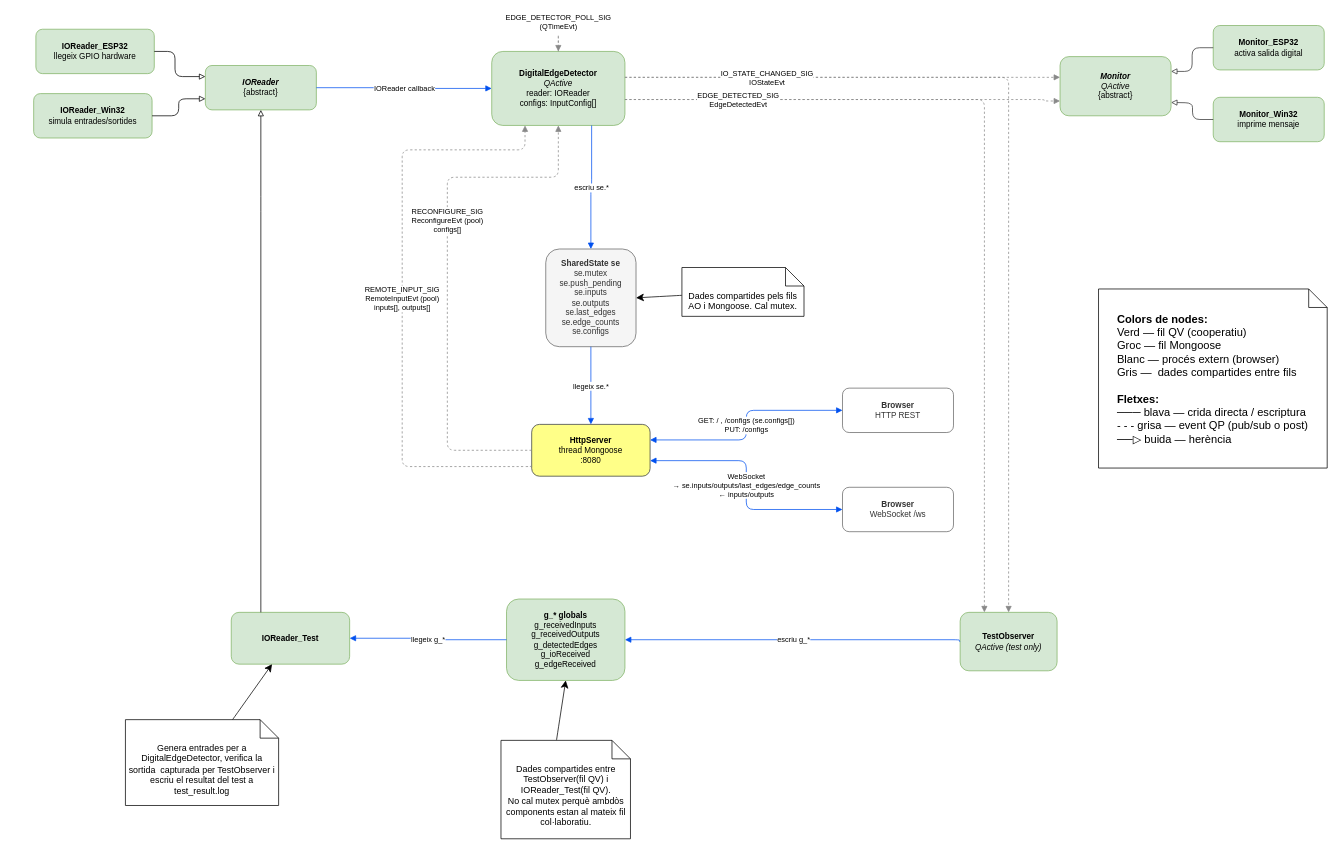
This is docs/sistema.drawio from peperono/digital_inputs_detector, a draw.io file, before an edit. Source tidied: cells renumbered, new cells numbered last; positions are measured from the earlier drawing's top-left corner, leaving out a move shared by most shapes. Both pictures are drawn from the tidied source at 74%, with x=0, y=0 at pixel (33, 21).
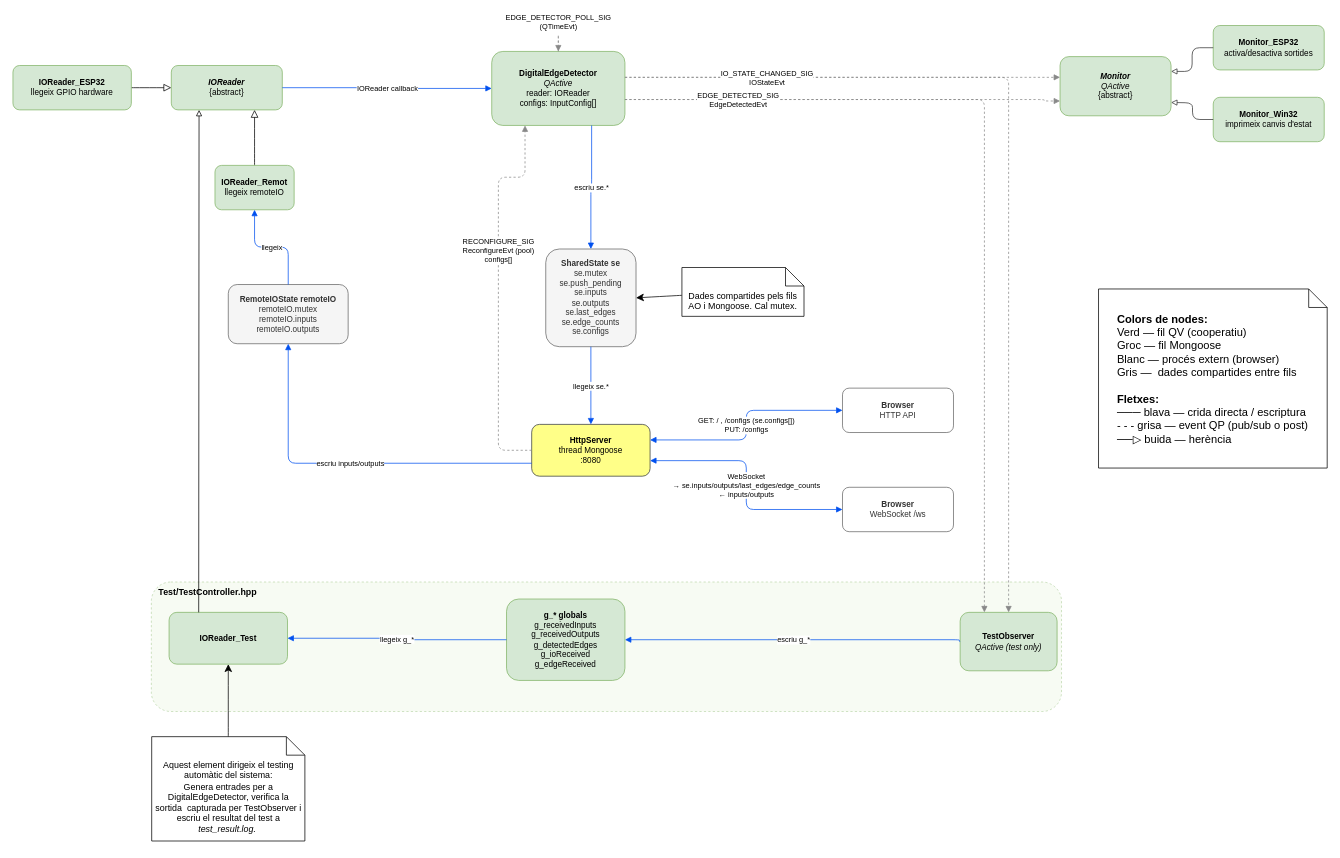
Above is the later version.

Commit message (it also covers changes not shown here):
Refactoritzar IOReader remot i renomenar TestIOReader a TestController

Unchanged cells that the change refers to:
```xml
<mxCell id="9" value="&lt;b&gt;DigitalEdgeDetector&lt;/b&gt;&lt;div&gt;&lt;i&gt;QActive&lt;/i&gt;&lt;/div&gt;&lt;div&gt;reader: IOReader&lt;/div&gt;&lt;div&gt;configs: InputConfig[]&lt;/div&gt;" style="rounded=1;whiteSpace=wrap;html=1;fillColor=#d5e8d4;strokeColor=#82b366;fontSize=11;" parent="1" vertex="1">
  <mxGeometry x="619" y="40" width="180" height="100" as="geometry" />
</mxCell>
<mxCell id="20" value="&lt;b&gt;HttpServer&lt;/b&gt;&lt;div&gt;thread Mongoose&lt;/div&gt;&lt;div&gt;:8080&lt;/div&gt;" style="rounded=1;whiteSpace=wrap;html=1;fillColor=#ffff88;strokeColor=#36393d;fontSize=11;" parent="1" vertex="1">
  <mxGeometry x="673" y="544" width="160" height="70" as="geometry" />
</mxCell>
<mxCell id="32" value="&lt;b&gt;g_* globals&lt;/b&gt;&lt;div&gt;g_receivedInputs&lt;/div&gt;&lt;div&gt;g_receivedOutputs&lt;/div&gt;&lt;div&gt;g_detectedEdges&lt;/div&gt;&lt;div&gt;g_ioReceived&lt;/div&gt;&lt;div&gt;g_edgeReceived&lt;/div&gt;" style="rounded=1;whiteSpace=wrap;html=1;fillColor=#d5e8d4;strokeColor=#82b366;fontSize=11;" parent="1" vertex="1">
  <mxGeometry x="639" y="780" width="160" height="110" as="geometry" />
</mxCell>
```

What changed in the source:
```diff
@@
     <mxCell id="2" value="&lt;b&gt;&lt;i&gt;IOReader&lt;/i&gt;&lt;/b&gt;&lt;div&gt;{abstract}&lt;/div&gt;" style="rounded=1;whiteSpace=wrap;html=1;fillColor=#d5e8d4;strokeColor=#82b366;fontSize=11;" parent="1" vertex="1">
-      <mxGeometry x="232" y="59" width="150" height="60" as="geometry" />
+      <mxGeometry x="186" y="59" width="150" height="60" as="geometry" />
     </mxCell>
+    <mxCell id="7" style="edgeStyle=none;curved=1;rounded=0;jettySize=auto;html=1;exitX=1;exitY=0.5;exitDx=0;exitDy=0;fontSize=12;startSize=8;endSize=8;endArrow=block;endFill=0;" parent="1" edge="1" source="3" target="2">
+      <mxGeometry relative="1" as="geometry" />
+    </mxCell>
     <mxCell id="3" value="&lt;b&gt;IOReader_ESP32&lt;/b&gt;&lt;div&gt;llegeix GPIO hardware&lt;/div&gt;" style="rounded=1;whiteSpace=wrap;html=1;fillColor=#d5e8d4;strokeColor=#82b366;fontSize=11;" parent="1" vertex="1">
-      <mxGeometry x="3" y="10" width="160" height="60" as="geometry" />
+      <mxGeometry x="-28" y="59" width="160" height="60" as="geometry" />
     </mxCell>
-    <mxCell id="4" value="&lt;b&gt;IOReader_Win32&lt;/b&gt;&lt;div&gt;simula entrades/sortides&lt;/div&gt;" style="rounded=1;whiteSpace=wrap;html=1;fillColor=#d5e8d4;strokeColor=#82b366;fontSize=11;" parent="1" vertex="1">
-      <mxGeometry y="97" width="160" height="60" as="geometry" />
-    </mxCell>
+    <mxCell id="42" value="Test/TestController.hpp" style="rounded=1;whiteSpace=wrap;html=1;fillColor=#f0f8e8;strokeColor=#82b366;strokeDasharray=6 4;dashed=1;fontSize=12;fontStyle=1;verticalAlign=top;align=left;spacingLeft=8;opacity=50;" parent="1" vertex="1">
+      <mxGeometry x="159" y="757" width="1230" height="175" as="geometry" />
+    </mxCell>
     <mxCell id="5" value="&lt;b&gt;IOReader_Test&lt;/b&gt;" style="rounded=1;whiteSpace=wrap;html=1;fillColor=#d5e8d4;strokeColor=#82b366;fontSize=11;" parent="1" vertex="1">
-      <mxGeometry x="267" y="798" width="160" height="70" as="geometry" />
+      <mxGeometry x="183" y="798" width="160" height="70" as="geometry" />
     </mxCell>
-    <mxCell id="6" style="edgeStyle=orthogonalEdgeStyle;html=1;fontSize=10;strokeColor=#000000;endArrow=block;endFill=0;exitX=0.25;exitY=0;exitDx=0;exitDy=0;entryX=0.5;entryY=1;entryDx=0;entryDy=0;" parent="1" edge="1" source="5" target="2">
+    <mxCell id="6" style="edgeStyle=orthogonalEdgeStyle;html=1;fontSize=10;strokeColor=#000000;endArrow=block;endFill=0;exitX=0.25;exitY=0;exitDx=0;exitDy=0;entryX=0.25;entryY=1;entryDx=0;entryDy=0;" parent="1" edge="1" source="5" target="2">
       <mxGeometry relative="1" as="geometry">
         <Array as="points">
-          <mxPoint x="307" y="246" />
-          <mxPoint x="307" y="246" />
+          <mxPoint x="224" y="798" />
         </Array>
       </mxGeometry>
     </mxCell>
-    <mxCell id="7" style="edgeStyle=orthogonalEdgeStyle;html=1;fontSize=10;strokeColor=#000000;endArrow=block;endFill=0;exitX=1;exitY=0.5;exitDx=0;exitDy=0;entryX=0;entryY=0.25;entryDx=0;entryDy=0;" parent="1" edge="1" source="3" target="2">
-      <mxGeometry relative="1" as="geometry">
-        <Array as="points">
-          <mxPoint x="191" y="40" />
-          <mxPoint x="191" y="74" />
-        </Array>
-      </mxGeometry>
-    </mxCell>
-    <mxCell id="8" style="edgeStyle=orthogonalEdgeStyle;html=1;fontSize=10;strokeColor=#000000;endArrow=block;endFill=0;entryX=0;entryY=0.75;entryDx=0;entryDy=0;" parent="1" edge="1" source="4" target="2">
-      <mxGeometry relative="1" as="geometry" />
-    </mxCell>
@@
-    <mxCell id="11" value="&lt;b&gt;Monitor_Win32&lt;/b&gt;&lt;div&gt;imprime mensaje&lt;/div&gt;" style="rounded=1;whiteSpace=wrap;html=1;fillColor=#d5e8d4;strokeColor=#82b366;fontSize=11;" parent="1" vertex="1">
+    <mxCell id="11" value="&lt;b&gt;Monitor_Win32&lt;/b&gt;&lt;div&gt;imprimeix canvis d'estat&lt;/div&gt;" style="rounded=1;whiteSpace=wrap;html=1;fillColor=#d5e8d4;strokeColor=#82b366;fontSize=11;" parent="1" vertex="1">
       <mxGeometry x="1594" y="102" width="150" height="60" as="geometry" />
     </mxCell>
-    <mxCell id="12" value="&lt;b&gt;Monitor_ESP32&lt;/b&gt;&lt;div&gt;activa salida digital&lt;/div&gt;" style="rounded=1;whiteSpace=wrap;html=1;fillColor=#d5e8d4;strokeColor=#82b366;fontSize=11;" parent="1" vertex="1">
+    <mxCell id="12" value="&lt;b&gt;Monitor_ESP32&lt;/b&gt;&lt;div&gt;activa/desactiva sortides&lt;/div&gt;" style="rounded=1;whiteSpace=wrap;html=1;fillColor=#d5e8d4;strokeColor=#82b366;fontSize=11;" parent="1" vertex="1">
       <mxGeometry x="1594" y="5" width="150" height="60" as="geometry" />
     </mxCell>
@@
-    <mxCell id="22" value="&lt;b&gt;Browser&lt;/b&gt;&lt;div&gt;HTTP REST&lt;/div&gt;" style="rounded=1;whiteSpace=wrap;html=1;fillColor=#ffffff;strokeColor=#666666;fontColor=#333333;fontSize=11;" parent="1" vertex="1">
+    <mxCell id="22" value="&lt;b&gt;Browser&lt;/b&gt;&lt;div&gt;HTTP API&lt;/div&gt;" style="rounded=1;whiteSpace=wrap;html=1;fillColor=#ffffff;strokeColor=#666666;fontColor=#333333;fontSize=11;" parent="1" vertex="1">
       <mxGeometry x="1093" y="495" width="150" height="60" as="geometry" />
     </mxCell>
@@
-    <mxCell id="26" value="RECONFIGURE_SIG&lt;div&gt;ReconfigureEvt (pool)&lt;/div&gt;&lt;div&gt;configs[]&lt;/div&gt;" style="edgeStyle=orthogonalEdgeStyle;html=1;fontSize=10;strokeColor=#888888;endArrow=block;endFill=1;dashed=1;exitX=0;exitY=0.5;exitDx=0;exitDy=0;entryX=0.5;entryY=1;entryDx=0;entryDy=0;" parent="1" edge="1" source="20" target="9">
+    <mxCell id="26" value="RECONFIGURE_SIG&lt;div&gt;ReconfigureEvt (pool)&lt;/div&gt;&lt;div&gt;configs[]&lt;/div&gt;" style="edgeStyle=orthogonalEdgeStyle;html=1;fontSize=10;strokeColor=#888888;endArrow=block;endFill=1;dashed=1;exitX=0;exitY=0.5;exitDx=0;exitDy=0;entryX=0.25;entryY=1;entryDx=0;entryDy=0;" parent="1" edge="1" source="20" target="9">
       <mxGeometry x="0.21" relative="1" as="geometry">
         <Array as="points">
-          <mxPoint x="559" y="579" />
-          <mxPoint x="559" y="210" />
-          <mxPoint x="709" y="210" />
+          <mxPoint x="628" y="579" />
+          <mxPoint x="628" y="210" />
+          <mxPoint x="664" y="210" />
         </Array>
       </mxGeometry>
     </mxCell>
@@
-    <mxCell id="28" value="REMOTE_INPUT_SIG&lt;div&gt;RemoteInputEvt (pool)&lt;/div&gt;&lt;div&gt;inputs[], outputs[]&lt;/div&gt;" style="edgeStyle=orthogonalEdgeStyle;html=1;fontSize=10;strokeColor=#888888;endArrow=block;endFill=1;dashed=1;exitX=0;exitY=0.8;exitDx=0;exitDy=0;entryX=0.25;entryY=1;entryDx=0;entryDy=0;" parent="1" edge="1" source="20" target="9">
-      <mxGeometry relative="1" as="geometry">
-        <Array as="points">
-          <mxPoint x="673" y="601" />
-          <mxPoint x="498" y="601" />
-          <mxPoint x="498" y="173" />
-          <mxPoint x="664" y="173" />
-        </Array>
-        <mxPoint y="-1" as="offset" />
-      </mxGeometry>
-    </mxCell>
+    <mxCell id="43" value="&lt;b&gt;RemoteIOState remoteIO&lt;/b&gt;&lt;div&gt;remoteIO.mutex&lt;/div&gt;&lt;div&gt;remoteIO.inputs&lt;/div&gt;&lt;div&gt;remoteIO.outputs&lt;/div&gt;" style="rounded=1;whiteSpace=wrap;html=1;fillColor=#f5f5f5;strokeColor=#666666;fontSize=11;fontColor=#333333;" parent="1" vertex="1">
+      <mxGeometry x="263" y="355" width="162" height="80" as="geometry" />
+    </mxCell>
+    <mxCell id="44" style="edgeStyle=orthogonalEdgeStyle;rounded=0;jettySize=auto;html=1;exitX=0.5;exitY=0;exitDx=0;exitDy=0;entryX=0.75;entryY=1;entryDx=0;entryDy=0;fontSize=12;startSize=8;endSize=8;curved=1;endArrow=block;endFill=0;" parent="1" edge="1" source="45" target="2">
+      <mxGeometry relative="1" as="geometry" />
+    </mxCell>
+    <mxCell id="45" value="&lt;b&gt;IOReader_Remot&lt;/b&gt;&lt;div&gt;llegeix remoteIO&lt;/div&gt;" style="rounded=1;whiteSpace=wrap;html=1;fillColor=#d5e8d4;strokeColor=#82b366;fontSize=11;" parent="1" vertex="1">
+      <mxGeometry x="245" y="194" width="107" height="60" as="geometry" />
+    </mxCell>
+    <mxCell id="46" value="escriu inputs/outputs" style="edgeStyle=orthogonalEdgeStyle;html=1;fontSize=10;strokeColor=#0050ef;endArrow=block;endFill=1;exitX=0;exitY=0.75;exitDx=0;exitDy=0;entryX=0.5;entryY=1;entryDx=0;entryDy=0;" parent="1" edge="1" source="20" target="43">
+      <mxGeometry relative="1" as="geometry" />
+    </mxCell>
+    <mxCell id="47" value="llegeix" style="edgeStyle=orthogonalEdgeStyle;html=1;fontSize=10;strokeColor=#0050ef;endArrow=block;endFill=1;exitX=0.5;exitY=0;exitDx=0;exitDy=0;entryX=0.5;entryY=1;entryDx=0;entryDy=0;" parent="1" edge="1" source="43" target="45">
+      <mxGeometry relative="1" as="geometry" />
+    </mxCell>
@@
-    <mxCell id="38" value="Genera entrades per a DigitalEdgeDetector, verifica la sortida&amp;nbsp; capturada per TestObserver i escriu el resultat del test a test_result.log" style="shape=note2;boundedLbl=1;whiteSpace=wrap;html=1;size=25;verticalAlign=top;align=center;" parent="1" vertex="1">
-      <mxGeometry x="124" y="943" width="207" height="116" as="geometry" />
+    <mxCell id="38" value="&lt;div&gt;Aquest element dirigeix el testing automàtic del sistema:&lt;/div&gt;Genera entrades per a DigitalEdgeDetector, verifica la sortida&amp;nbsp; capturada per TestObserver i escriu el resultat del test a &lt;i&gt;test_result.log.&amp;nbsp;&lt;/i&gt;&lt;div&gt;&lt;br&gt;&lt;/div&gt;" style="shape=note2;boundedLbl=1;whiteSpace=wrap;html=1;size=25;verticalAlign=top;align=center;" parent="1" vertex="1">
+      <mxGeometry x="159.5" y="966" width="207" height="141" as="geometry" />
     </mxCell>
-    <mxCell id="39" style="edgeStyle=none;curved=1;rounded=0;jettySize=auto;html=1;exitX=0;exitY=0;exitDx=75;exitDy=0;exitPerimeter=0;entryX=0.5;entryY=1;entryDx=0;entryDy=0;fontSize=12;startSize=8;endSize=8;" parent="1" edge="1" source="40" target="32">
-      <mxGeometry relative="1" as="geometry" />
-    </mxCell>
-    <mxCell id="40" value="Dades compartides entre TestObserver(fil QV) i IOReader_Test(fil QV).&lt;div&gt;No cal mutex perquè ambdòs components estan al mateix fil col·laboratiu.&lt;/div&gt;" style="shape=note2;boundedLbl=1;whiteSpace=wrap;html=1;size=25;verticalAlign=top;align=center;" parent="1" vertex="1">
-      <mxGeometry x="631.5" y="971" width="175" height="133" as="geometry" />
-    </mxCell>
```
